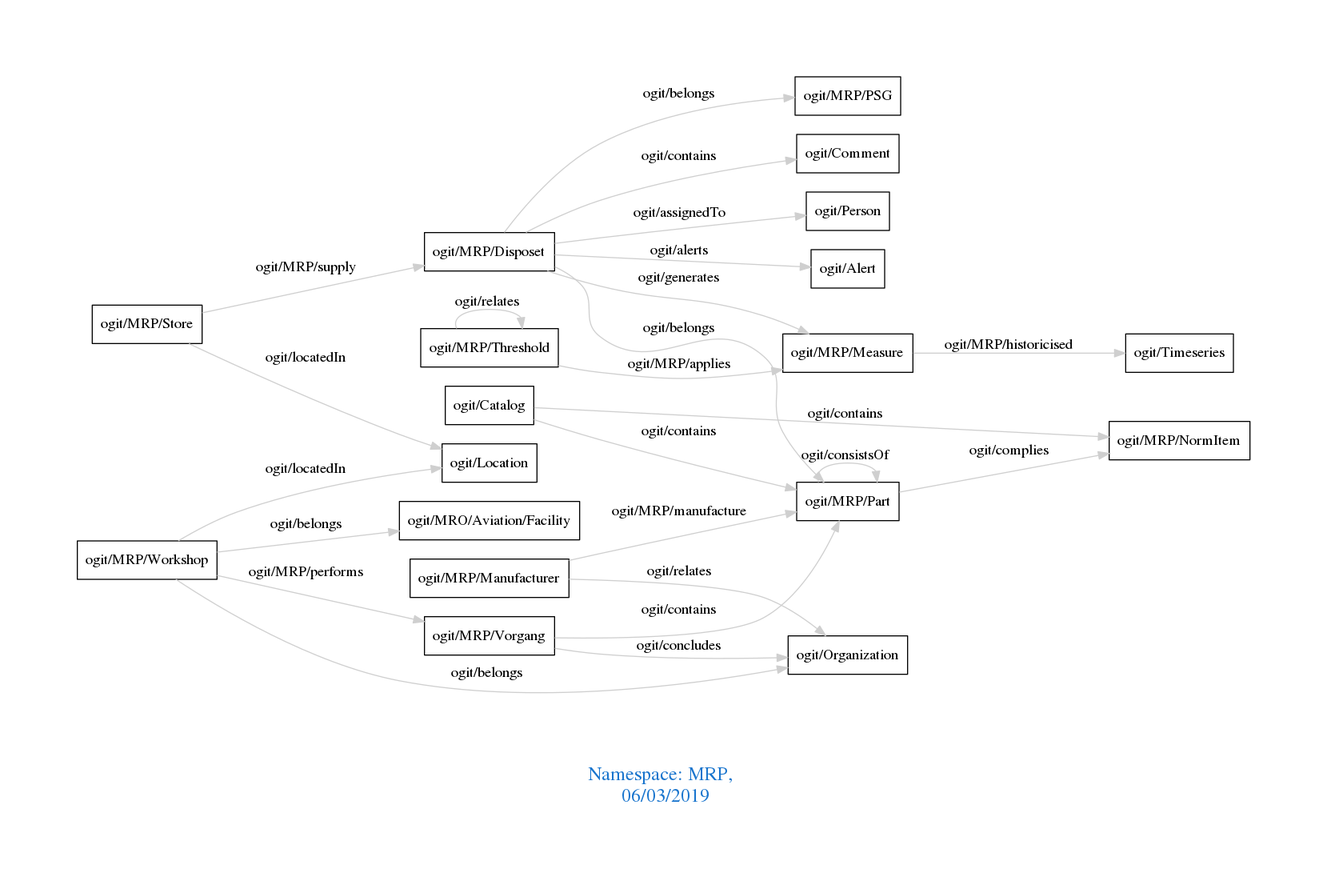
Earlier version of the Graphviz export downloads/MRP.png (arago/OGIT). Its source is kept beside it as downloads/MRP.dot. Its diagram source:
```dot
digraph OGIT_ontology {
 graph [ rankdir= LR,pad=1
fontsize = 18,
fontcolor= dodgerblue3,label = "\n\n\nNamespace: MRP, \n 06/03/2019"];
node[shape=polygon];
edge [  color="gray81"];

   "ogit/MRP/Disposet" -> "ogit/Comment" [label="   ogit/contains    "];
   "ogit/MRP/Vorgang" -> "ogit/MRP/Part" [label="   ogit/contains    "];
   "ogit/Catalog" -> "ogit/MRP/NormItem" [label="   ogit/contains    "];
   "ogit/Catalog" -> "ogit/MRP/Part" [label="   ogit/contains    "];
   "ogit/MRP/Vorgang" -> "ogit/Organization" [label="   ogit/concludes    "];
   "ogit/MRP/Disposet" -> "ogit/Person" [label="   ogit/assignedTo    "];
   "ogit/MRP/Disposet" -> "ogit/MRP/Measure" [label="   ogit/generates    "];
   "ogit/MRP/Threshold" -> "ogit/MRP/Measure" [label="   ogit/MRP/applies    "];
   "ogit/MRP/Part" -> "ogit/MRP/NormItem" [label="   ogit/complies    "];
   "ogit/MRP/Workshop" -> "ogit/MRP/Vorgang" [label="   ogit/MRP/performs    "];
   "ogit/MRP/Disposet" -> "ogit/Alert" [label="   ogit/alerts    "];
   "ogit/MRP/Store" -> "ogit/Location" [label="   ogit/locatedIn    "];
   "ogit/MRP/Workshop" -> "ogit/Location" [label="   ogit/locatedIn    "];
   "ogit/MRP/Measure" -> "ogit/Timeseries" [label="   ogit/MRP/historicised    "];
   "ogit/MRP/Manufacturer" -> "ogit/MRP/Part" [label="   ogit/MRP/manufacture    "];
   "ogit/MRP/Store" -> "ogit/MRP/Disposet" [label="   ogit/MRP/supply    "];
   "ogit/MRP/Disposet" -> "ogit/MRP/Part" [label="   ogit/belongs    "];
   "ogit/MRP/Disposet" -> "ogit/MRP/PSG" [label="   ogit/belongs    "];
   "ogit/MRP/Workshop" -> "ogit/MRO/Aviation/Facility" [label="   ogit/belongs    "];
   "ogit/MRP/Workshop" -> "ogit/Organization" [label="   ogit/belongs    "];
   "ogit/MRP/Manufacturer" -> "ogit/Organization" [label="   ogit/relates    "];
   "ogit/MRP/Threshold" -> "ogit/MRP/Threshold" [label="   ogit/relates    "];
   "ogit/MRP/Part" -> "ogit/MRP/Part" [label="   ogit/consistsOf    "];
}
```
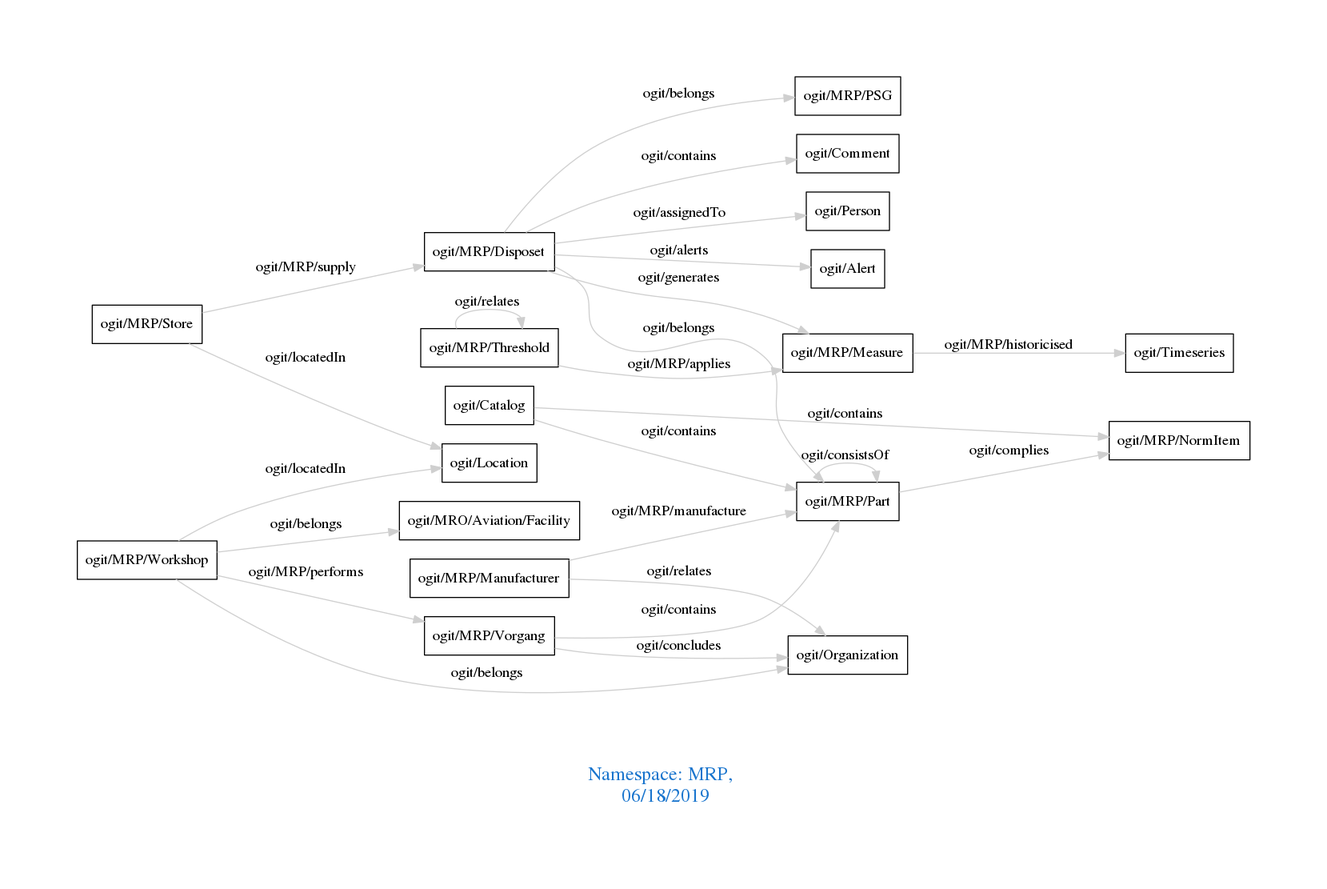
Later version of the same file.

What changed in the source:
```diff
@@ -1,7 +1,7 @@
 digraph OGIT_ontology {
  graph [ rankdir= LR,pad=1
 fontsize = 18,
-fontcolor= dodgerblue3,label = "\n\n\nNamespace: MRP, \n 06/03/2019"];
+fontcolor= dodgerblue3,label = "\n\n\nNamespace: MRP, \n 06/18/2019"];
 node[shape=polygon];
 edge [  color="gray81"];
 
```
